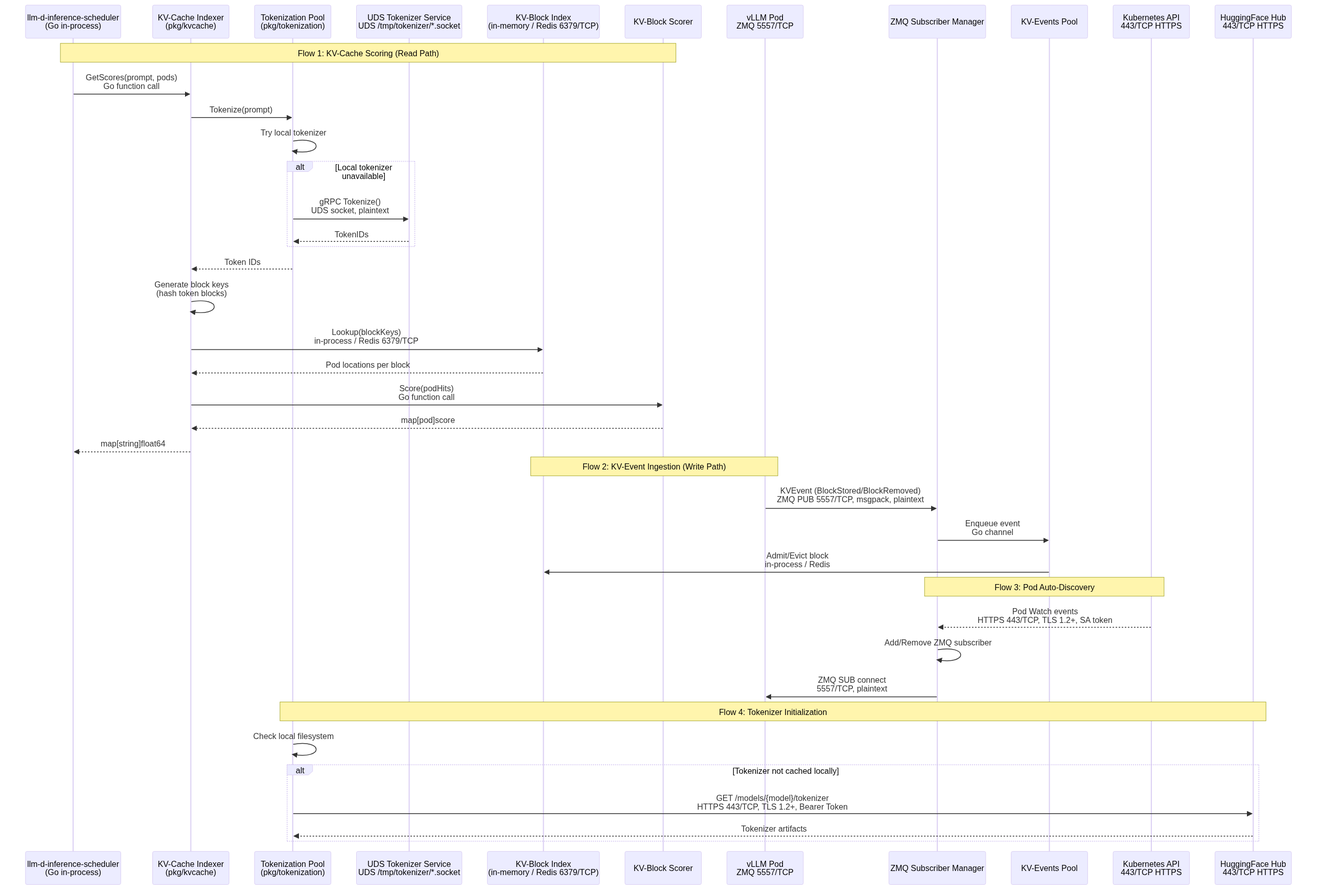
Before: architecture/rhoai-3.4-ea.2/diagrams/llm-d-kv-cache-dataflow.png, a diagram exported from Mermaid (rhuss/architecture-context). Its source is kept beside it as architecture/rhoai-3.4-ea.2/diagrams/llm-d-kv-cache-dataflow.mmd.
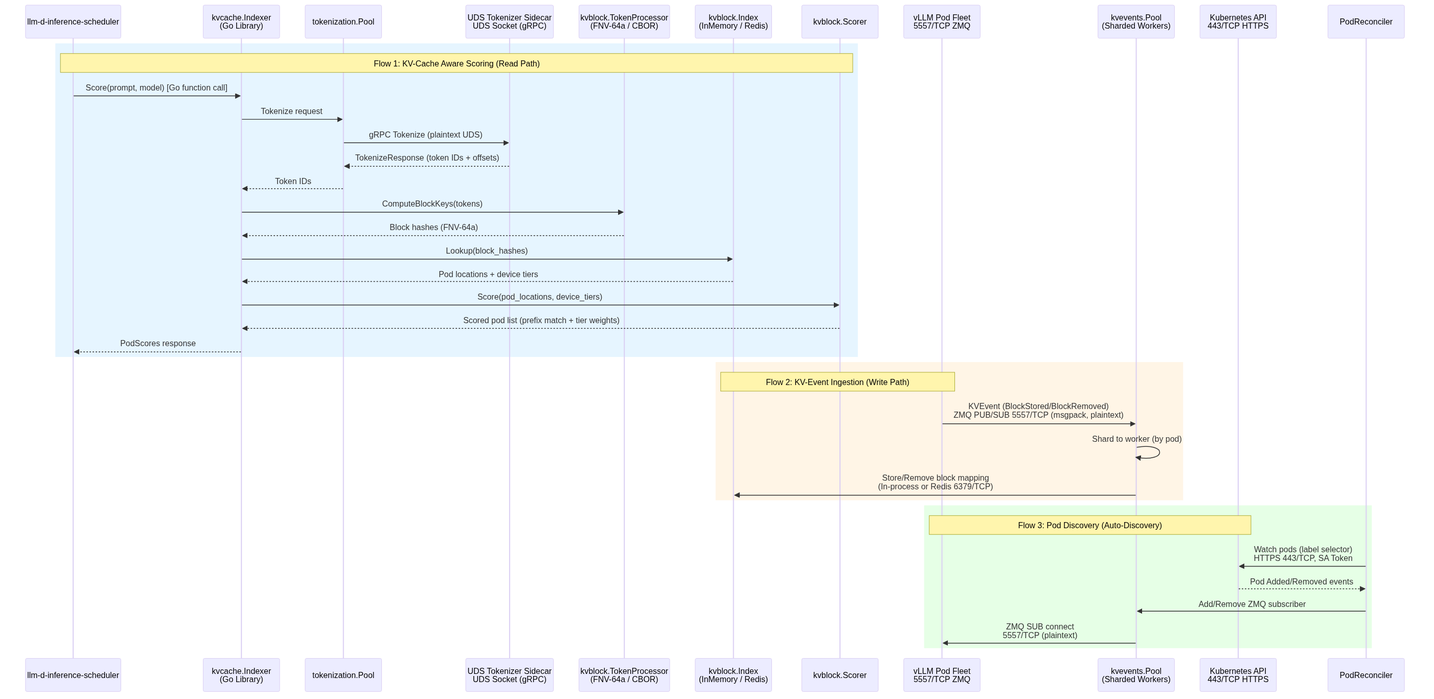
After the change.

Change to the diagram source:
```diff
@@ -1,46 +1,44 @@
 
 sequenceDiagram
-    participant Scheduler as llm-d-inference-scheduler<br/>(Go in-process)
-    participant Indexer as KV-Cache Indexer<br/>(pkg/kvcache)
-    participant TokenPool as Tokenization Pool<br/>(pkg/tokenization)
-    participant UDS as UDS Tokenizer Service<br/>UDS /tmp/tokenizer/*.socket
-    participant BlockIdx as KV-Block Index<br/>(in-memory / Redis 6379/TCP)
-    participant Scorer as KV-Block Scorer
-    participant vLLM as vLLM Pod<br/>ZMQ 5557/TCP
-    participant ZMQSub as ZMQ Subscriber Manager
-    participant EventPool as KV-Events Pool
+    participant Scheduler as llm-d-inference-scheduler
+    participant Indexer as kvcache.Indexer<br/>(Go Library)
+    participant TokenPool as tokenization.Pool
+    participant UDS as UDS Tokenizer Sidecar<br/>UDS Socket (gRPC)
+    participant TokenProc as kvblock.TokenProcessor<br/>(FNV-64a / CBOR)
+    participant Index as kvblock.Index<br/>(InMemory / Redis)
+    participant Scorer as kvblock.Scorer
+    participant vLLM as vLLM Pod Fleet<br/>5557/TCP ZMQ
+    participant EventPool as kvevents.Pool<br/>(Sharded Workers)
     participant K8sAPI as Kubernetes API<br/>443/TCP HTTPS
-    participant HFHub as HuggingFace Hub<br/>443/TCP HTTPS
+    participant PodRecon as PodReconciler
 
-    Note over Scheduler,Scorer: Flow 1: KV-Cache Scoring (Read Path)
-    Scheduler->>Indexer: GetScores(prompt, pods)<br/>Go function call
-    Indexer->>TokenPool: Tokenize(prompt)
-    TokenPool->>TokenPool: Try local tokenizer
-    alt Local tokenizer unavailable
-        TokenPool->>UDS: gRPC Tokenize()<br/>UDS socket, plaintext
-        UDS-->>TokenPool: TokenIDs
+    rect rgb(230, 245, 255)
+        Note over Scheduler,Scorer: Flow 1: KV-Cache Aware Scoring (Read Path)
+        Scheduler->>Indexer: Score(prompt, model) [Go function call]
+        Indexer->>TokenPool: Tokenize request
+        TokenPool->>UDS: gRPC Tokenize (plaintext UDS)
+        UDS-->>TokenPool: TokenizeResponse (token IDs + offsets)
+        TokenPool-->>Indexer: Token IDs
+        Indexer->>TokenProc: ComputeBlockKeys(tokens)
+        TokenProc-->>Indexer: Block hashes (FNV-64a)
+        Indexer->>Index: Lookup(block_hashes)
+        Index-->>Indexer: Pod locations + device tiers
+        Indexer->>Scorer: Score(pod_locations, device_tiers)
+        Scorer-->>Indexer: Scored pod list (prefix match + tier weights)
+        Indexer-->>Scheduler: PodScores response
     end
-    TokenPool-->>Indexer: Token IDs
-    Indexer->>Indexer: Generate block keys<br/>(hash token blocks)
-    Indexer->>BlockIdx: Lookup(blockKeys)<br/>in-process / Redis 6379/TCP
-    BlockIdx-->>Indexer: Pod locations per block
-    Indexer->>Scorer: Score(podHits)<br/>Go function call
-    Scorer-->>Indexer: map[pod]score
-    Indexer-->>Scheduler: map[string]float64
 
-    Note over vLLM,BlockIdx: Flow 2: KV-Event Ingestion (Write Path)
-    vLLM->>ZMQSub: KVEvent (BlockStored/BlockRemoved)<br/>ZMQ PUB 5557/TCP, msgpack, plaintext
-    ZMQSub->>EventPool: Enqueue event<br/>Go channel
-    EventPool->>BlockIdx: Admit/Evict block<br/>in-process / Redis
+    rect rgb(255, 245, 230)
+        Note over vLLM,Index: Flow 2: KV-Event Ingestion (Write Path)
+        vLLM->>EventPool: KVEvent (BlockStored/BlockRemoved)<br/>ZMQ PUB/SUB 5557/TCP (msgpack, plaintext)
+        EventPool->>EventPool: Shard to worker (by pod)
+        EventPool->>Index: Store/Remove block mapping<br/>(In-process or Redis 6379/TCP)
+    end
 
-    Note over K8sAPI,ZMQSub: Flow 3: Pod Auto-Discovery
-    K8sAPI-->>ZMQSub: Pod Watch events<br/>HTTPS 443/TCP, TLS 1.2+, SA token
-    ZMQSub->>ZMQSub: Add/Remove ZMQ subscriber
-    ZMQSub->>vLLM: ZMQ SUB connect<br/>5557/TCP, plaintext
-
-    Note over TokenPool,HFHub: Flow 4: Tokenizer Initialization
-    TokenPool->>TokenPool: Check local filesystem
-    alt Tokenizer not cached locally
-        TokenPool->>HFHub: GET /models/{model}/tokenizer<br/>HTTPS 443/TCP, TLS 1.2+, Bearer Token
-        HFHub-->>TokenPool: Tokenizer artifacts
+    rect rgb(230, 255, 230)
+        Note over K8sAPI,vLLM: Flow 3: Pod Discovery (Auto-Discovery)
+        PodRecon->>K8sAPI: Watch pods (label selector)<br/>HTTPS 443/TCP, SA Token
+        K8sAPI-->>PodRecon: Pod Added/Removed events
+        PodRecon->>EventPool: Add/Remove ZMQ subscriber
+        EventPool->>vLLM: ZMQ SUB connect<br/>5557/TCP (plaintext)
     end
```
